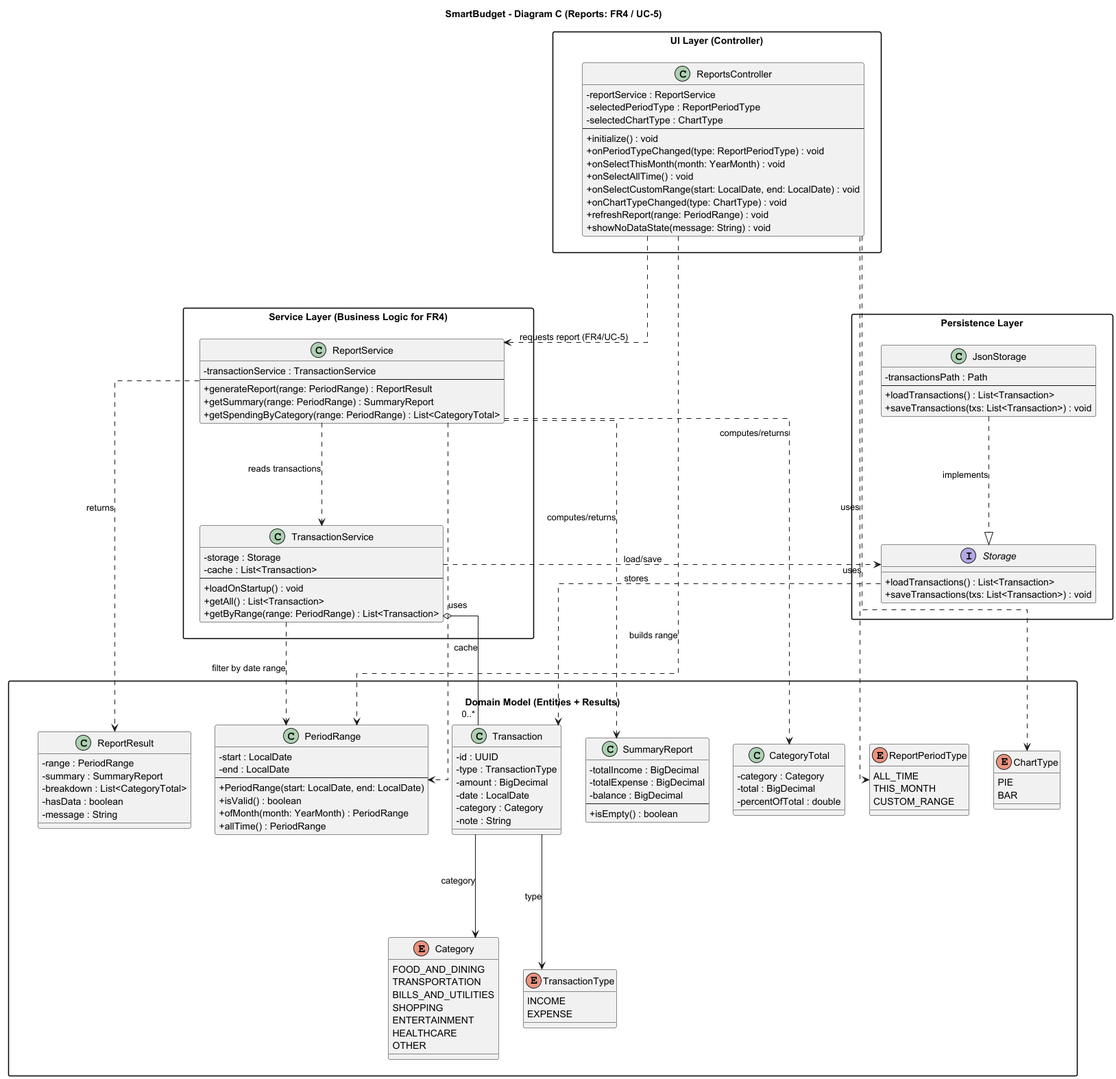
Above: docs/diagrams/class diagrams/class diagram C - reports.png in mohsenpasdar/smartbudget (PlantUML), before the change.
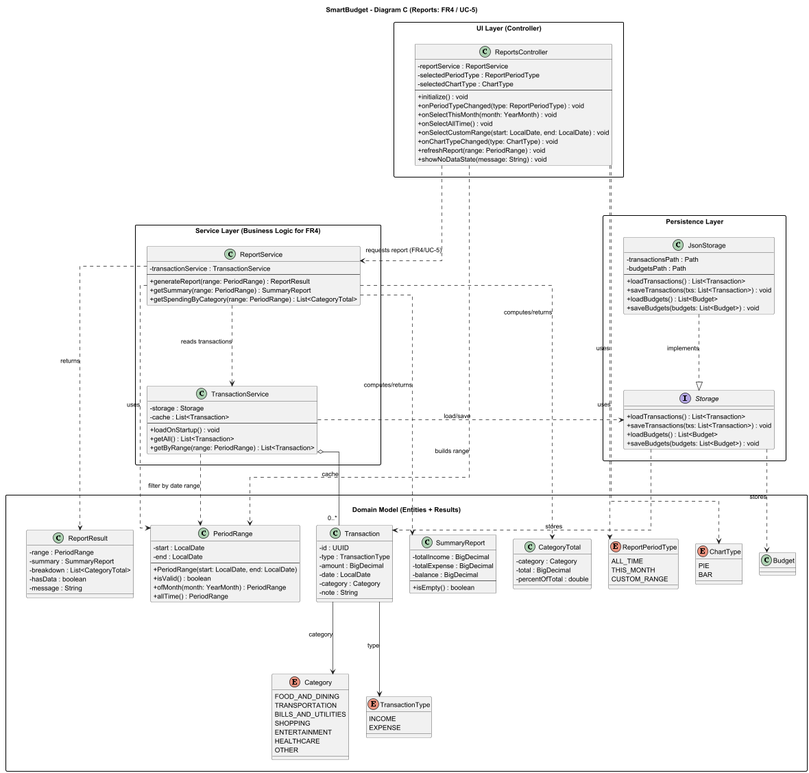
The same file after the commit.

Commit message:
make class diagrams consistent with other diagrams

Diff of the diagram source:
```diff
@@ -114,19 +114,26 @@
     - hasData : boolean
     - message : String
   }
+
+  class Budget
 }
 
 package "Persistence Layer" as PERSIST {
   interface Storage {
     + loadTransactions() : List<Transaction>
     + saveTransactions(txs: List<Transaction>) : void
+    + loadBudgets() : List<Budget>
+    + saveBudgets(budgets: List<Budget>) : void
   }
 
   class JsonStorage {
     - transactionsPath : Path
+    - budgetsPath : Path
     --
     + loadTransactions() : List<Transaction>
     + saveTransactions(txs: List<Transaction>) : void
+    + loadBudgets() : List<Budget>
+    + saveBudgets(budgets: List<Budget>) : void
   }
 }
 
@@ -152,6 +159,7 @@
 TransactionService ..> Storage : load/save
 JsonStorage ..|> Storage : implements
 Storage ..> Transaction : stores
+Storage ..> Budget : stores
 
 Transaction --> Category : category
 Transaction --> TransactionType : type
```
